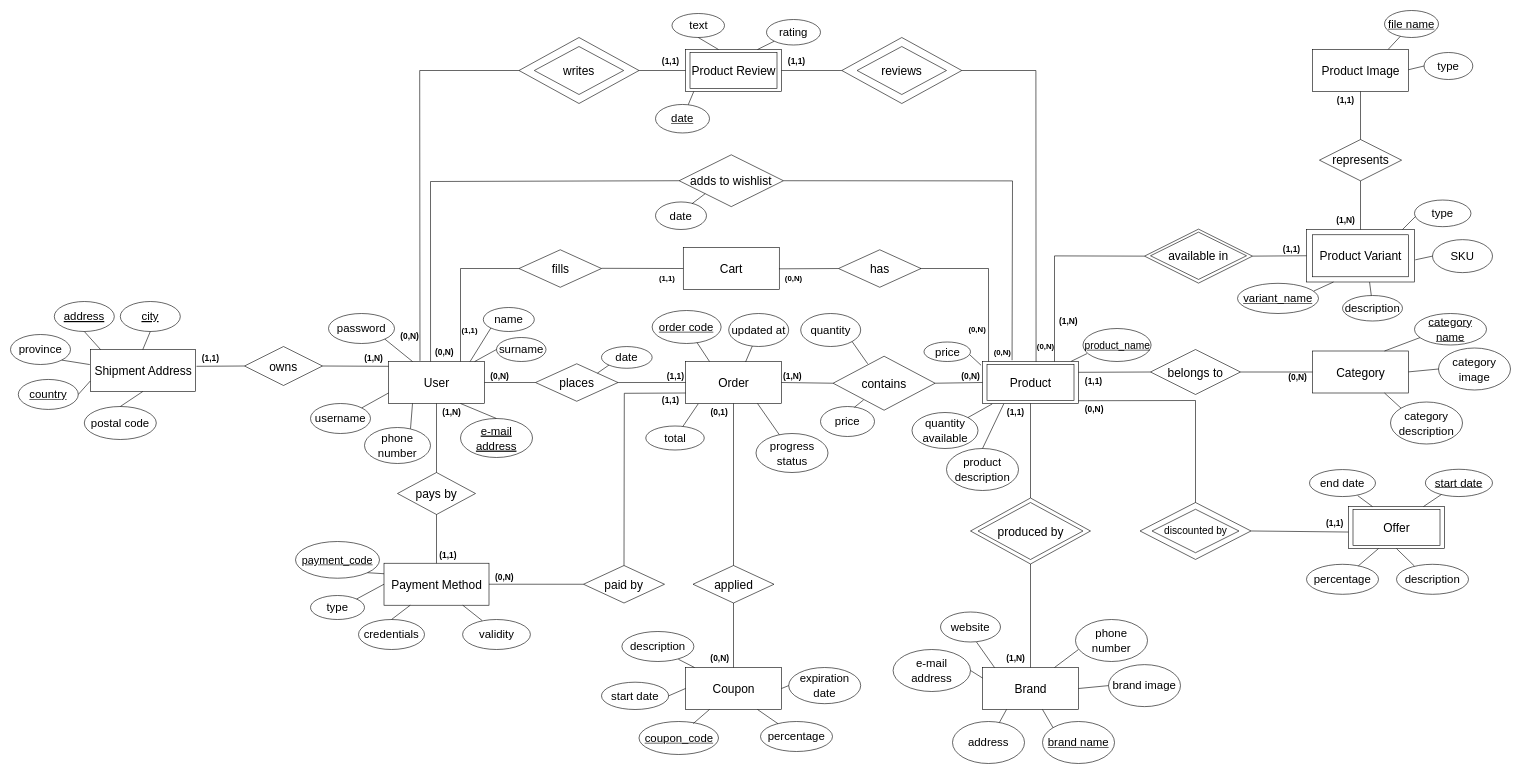
Tecnologie-Del-Web/Project keeps this draw.io diagram as documentation/database/ER.drawio. Above is the earlier version. Source tidied: cells renumbered, new cells numbered last; positions are measured from the earlier drawing's top-left corner, leaving out a move shared by most shapes. Both pictures are drawn from the tidied source at 60%, with x=0, y=0 at pixel (10, 10).
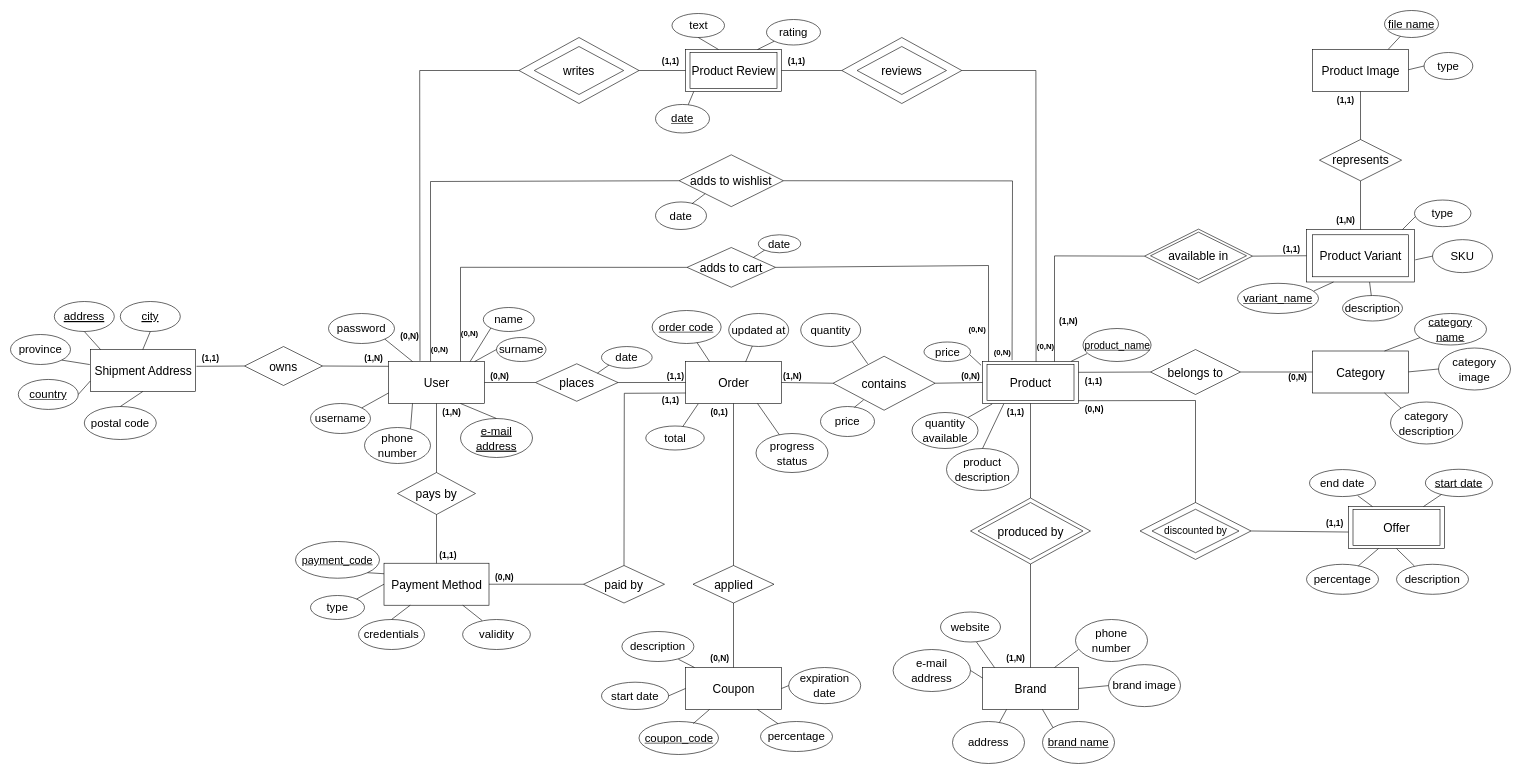
After the change.

The change refers to these unchanged cells:
```xml
<mxCell id="3" value="&lt;font style=&quot;font-size: 20px;&quot;&gt;User&lt;/font&gt;" style="html=1;dashed=0;whitespace=wrap;" parent="1" vertex="1">
  <mxGeometry x="630" y="585" width="160" height="70" as="geometry" />
</mxCell>
<mxCell id="7" value="&lt;font style=&quot;font-size: 20px;&quot;&gt;Product&lt;/font&gt;" style="html=1;dashed=0;whitespace=wrap;" parent="1" vertex="1">
  <mxGeometry x="1620" y="585" width="160" height="70" as="geometry" />
</mxCell>
```

Change to the diagram source:
```diff
@@
+    <mxCell id="209" value="&lt;font size=&quot;1&quot; style=&quot;&quot;&gt;&lt;b style=&quot;font-size: 13px;&quot;&gt;(0,N)&lt;/b&gt;&lt;/font&gt;" style="text;html=1;align=center;verticalAlign=middle;points=[];strokeColor=none;fillColor=none;" parent="1" vertex="1">
+      <mxGeometry x="690" y="550" width="50" height="30" as="geometry" />
+    </mxCell>
@@
-    <mxCell id="172" value="&lt;font style=&quot;font-size: 14px;&quot;&gt;&lt;b&gt;(0,N)&lt;/b&gt;&lt;/font&gt;" style="text;html=1;align=center;verticalAlign=middle;strokeColor=none;fillColor=none;" parent="1" vertex="1">
-      <mxGeometry x="697.5" y="555" width="50" height="30" as="geometry" />
-    </mxCell>
@@
-    <mxCell id="201" value="&lt;font style=&quot;font-size: 20px;&quot;&gt;Cart&lt;/font&gt;" style="html=1;dashed=0;whitespace=wrap;" parent="1" vertex="1">
-      <mxGeometry x="1121.3" y="395" width="160" height="70" as="geometry" />
-    </mxCell>
     <mxCell id="202" style="endArrow=none;html=1;rounded=0;fontSize=20;entryX=0.75;entryY=0;entryDx=0;entryDy=0;exitX=0;exitY=0.5;exitDx=0;exitDy=0;" parent="1" edge="1" source="206" target="3">
       <mxGeometry relative="1" as="geometry">
         <Array as="points">
-          <mxPoint x="750" y="430" />
+          <mxPoint x="750" y="428" />
         </Array>
       </mxGeometry>
     </mxCell>
-    <mxCell id="203" style="endArrow=none;html=1;rounded=0;fontSize=20;entryX=0.063;entryY=0;entryDx=0;entryDy=0;entryPerimeter=0;" parent="1" edge="1" target="7">
+    <mxCell id="203" style="endArrow=none;html=1;rounded=0;fontSize=20;entryX=0.063;entryY=0;entryDx=0;entryDy=0;entryPerimeter=0;exitX=1;exitY=0.5;exitDx=0;exitDy=0;" parent="1" edge="1" source="206" target="7">
       <mxGeometry relative="1" as="geometry">
-        <mxPoint x="1510" y="430" as="sourcePoint" />
         <Array as="points">
-          <mxPoint x="1630" y="430" />
+          <mxPoint x="1630" y="425" />
         </Array>
       </mxGeometry>
     </mxCell>
@@
-    <mxCell id="205" value="&lt;font size=&quot;1&quot; style=&quot;&quot;&gt;&lt;b style=&quot;font-size: 13px;&quot;&gt;(1,1)&lt;/b&gt;&lt;/font&gt;" style="text;html=1;align=center;verticalAlign=middle;strokeColor=none;fillColor=none;" parent="1" vertex="1">
-      <mxGeometry x="740" y="517.5" width="50" height="30" as="geometry" />
+    <mxCell id="205" value="&lt;font size=&quot;1&quot; style=&quot;&quot;&gt;&lt;b style=&quot;font-size: 13px;&quot;&gt;(0,N)&lt;/b&gt;&lt;/font&gt;" style="text;html=1;align=center;verticalAlign=middle;strokeColor=none;fillColor=none;" parent="1" vertex="1">
+      <mxGeometry x="740" y="522.5" width="50" height="30" as="geometry" />
     </mxCell>
-    <mxCell id="206" value="&lt;font style=&quot;font-size: 20px;&quot;&gt;fills&lt;/font&gt;" style="shape=rhombus;perimeter=rhombusPerimeter;whiteSpace=wrap;html=1;align=center;" parent="1" vertex="1">
-      <mxGeometry x="847.5" y="398.8" width="137.5" height="62.5" as="geometry" />
+    <mxCell id="206" value="&lt;span style=&quot;font-size: 20px;&quot;&gt;adds to cart&lt;/span&gt;" style="shape=rhombus;perimeter=rhombusPerimeter;whiteSpace=wrap;html=1;align=center;" parent="1" vertex="1">
+      <mxGeometry x="1127.6" y="395" width="147.4" height="66.2" as="geometry" />
     </mxCell>
-    <mxCell id="207" style="endArrow=none;html=1;rounded=0;fontSize=20;entryX=1;entryY=0.5;entryDx=0;entryDy=0;exitX=0;exitY=0.5;exitDx=0;exitDy=0;" parent="1" edge="1" source="201">
-      <mxGeometry relative="1" as="geometry">
-        <mxPoint x="985" y="429.7" as="targetPoint" />
-      </mxGeometry>
-    </mxCell>
-    <mxCell id="208" value="&lt;font size=&quot;1&quot; style=&quot;&quot;&gt;&lt;b style=&quot;font-size: 13px;&quot;&gt;(1,1)&lt;/b&gt;&lt;/font&gt;" style="text;html=1;align=center;verticalAlign=middle;strokeColor=none;fillColor=none;" parent="1" vertex="1">
-      <mxGeometry x="1069.4" y="431.2" width="50" height="30" as="geometry" />
-    </mxCell>
-    <mxCell id="209" value="&lt;font size=&quot;1&quot; style=&quot;&quot;&gt;&lt;b style=&quot;font-size: 13px;&quot;&gt;(0,N)&lt;/b&gt;&lt;/font&gt;" style="text;html=1;align=center;verticalAlign=middle;points=[];strokeColor=none;fillColor=none;" parent="1" vertex="1">
-      <mxGeometry x="1280" y="431.2" width="50" height="30" as="geometry" />
-    </mxCell>
-    <mxCell id="210" value="&lt;font style=&quot;font-size: 20px;&quot;&gt;has&lt;/font&gt;" style="shape=rhombus;perimeter=rhombusPerimeter;whiteSpace=wrap;html=1;align=center;" parent="1" vertex="1">
-      <mxGeometry x="1380" y="398.8" width="137.5" height="62.5" as="geometry" />
-    </mxCell>
-    <mxCell id="211" style="endArrow=none;html=1;rounded=0;fontSize=20;entryX=0.016;entryY=-0.022;entryDx=0;entryDy=0;exitX=0;exitY=0.5;exitDx=0;exitDy=0;entryPerimeter=0;" parent="1" edge="1" source="210" target="209">
-      <mxGeometry relative="1" as="geometry" />
-    </mxCell>
+    <mxCell id="212" value="&lt;font style=&quot;font-size: 19px;&quot;&gt;date&lt;/font&gt;" style="ellipse;whiteSpace=wrap;html=1;fontSize=20;" parent="1" vertex="1">
+      <mxGeometry x="1246.4" y="373.8" width="70.6" height="30" as="geometry" />
+    </mxCell>
+    <mxCell id="213" style="endArrow=none;html=1;rounded=0;fontSize=20;entryX=0;entryY=1;entryDx=0;entryDy=0;exitX=1;exitY=0;exitDx=0;exitDy=0;" parent="1" edge="1" source="206" target="212">
+      <mxGeometry relative="1" as="geometry" />
+    </mxCell>
```
